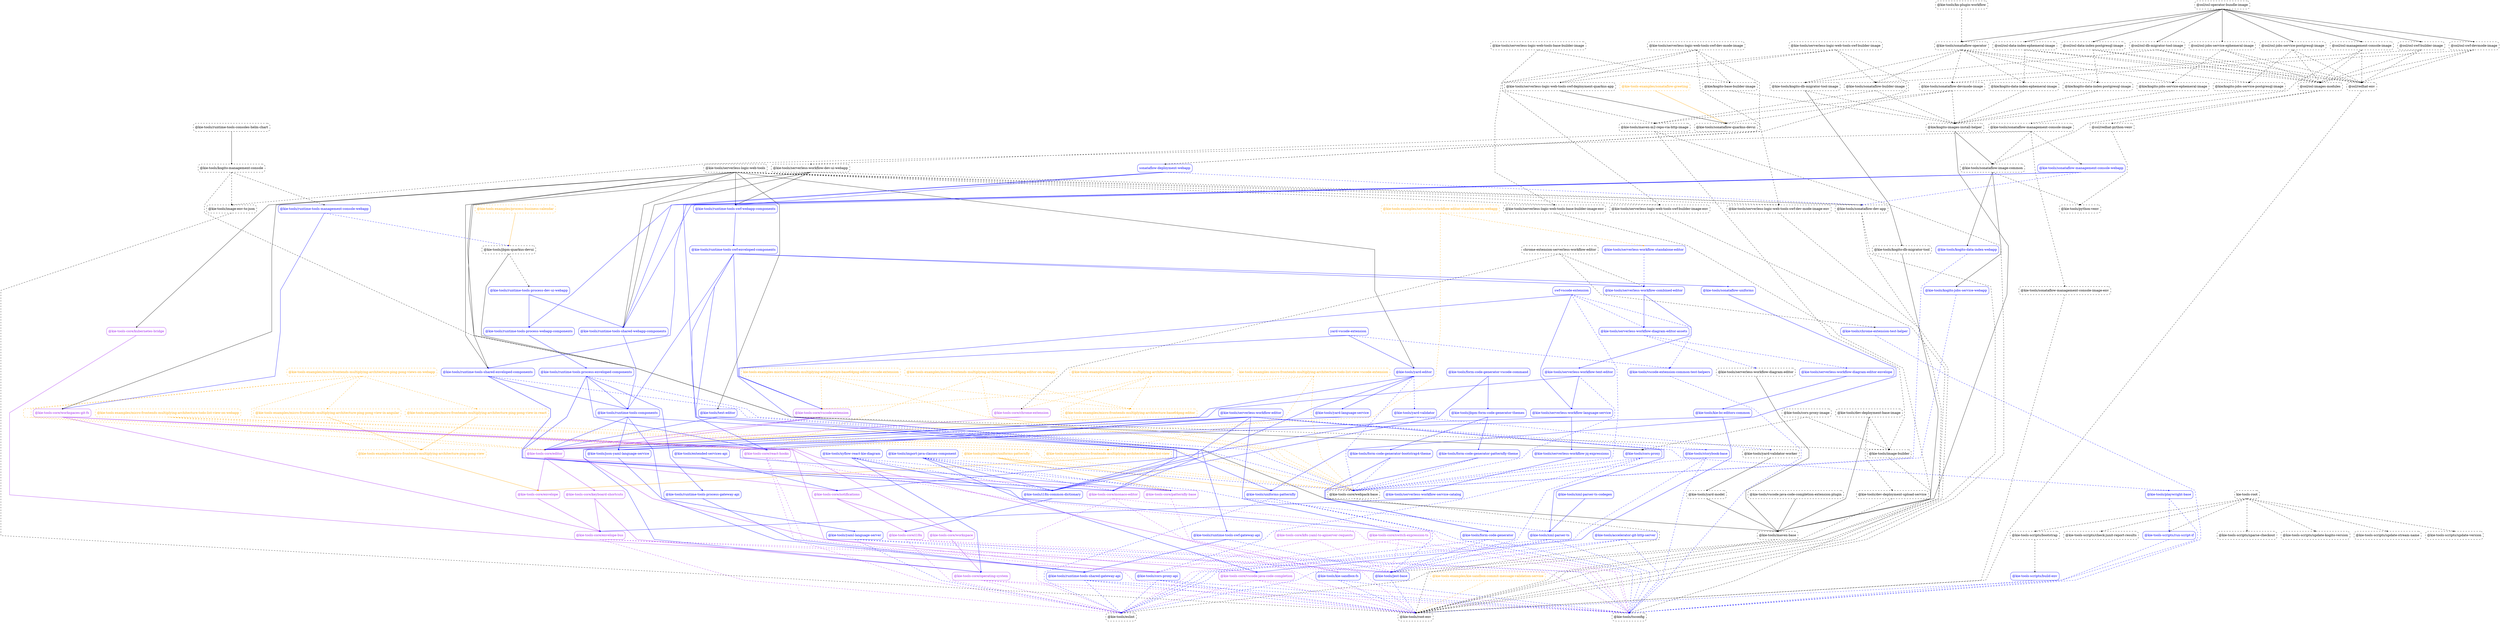
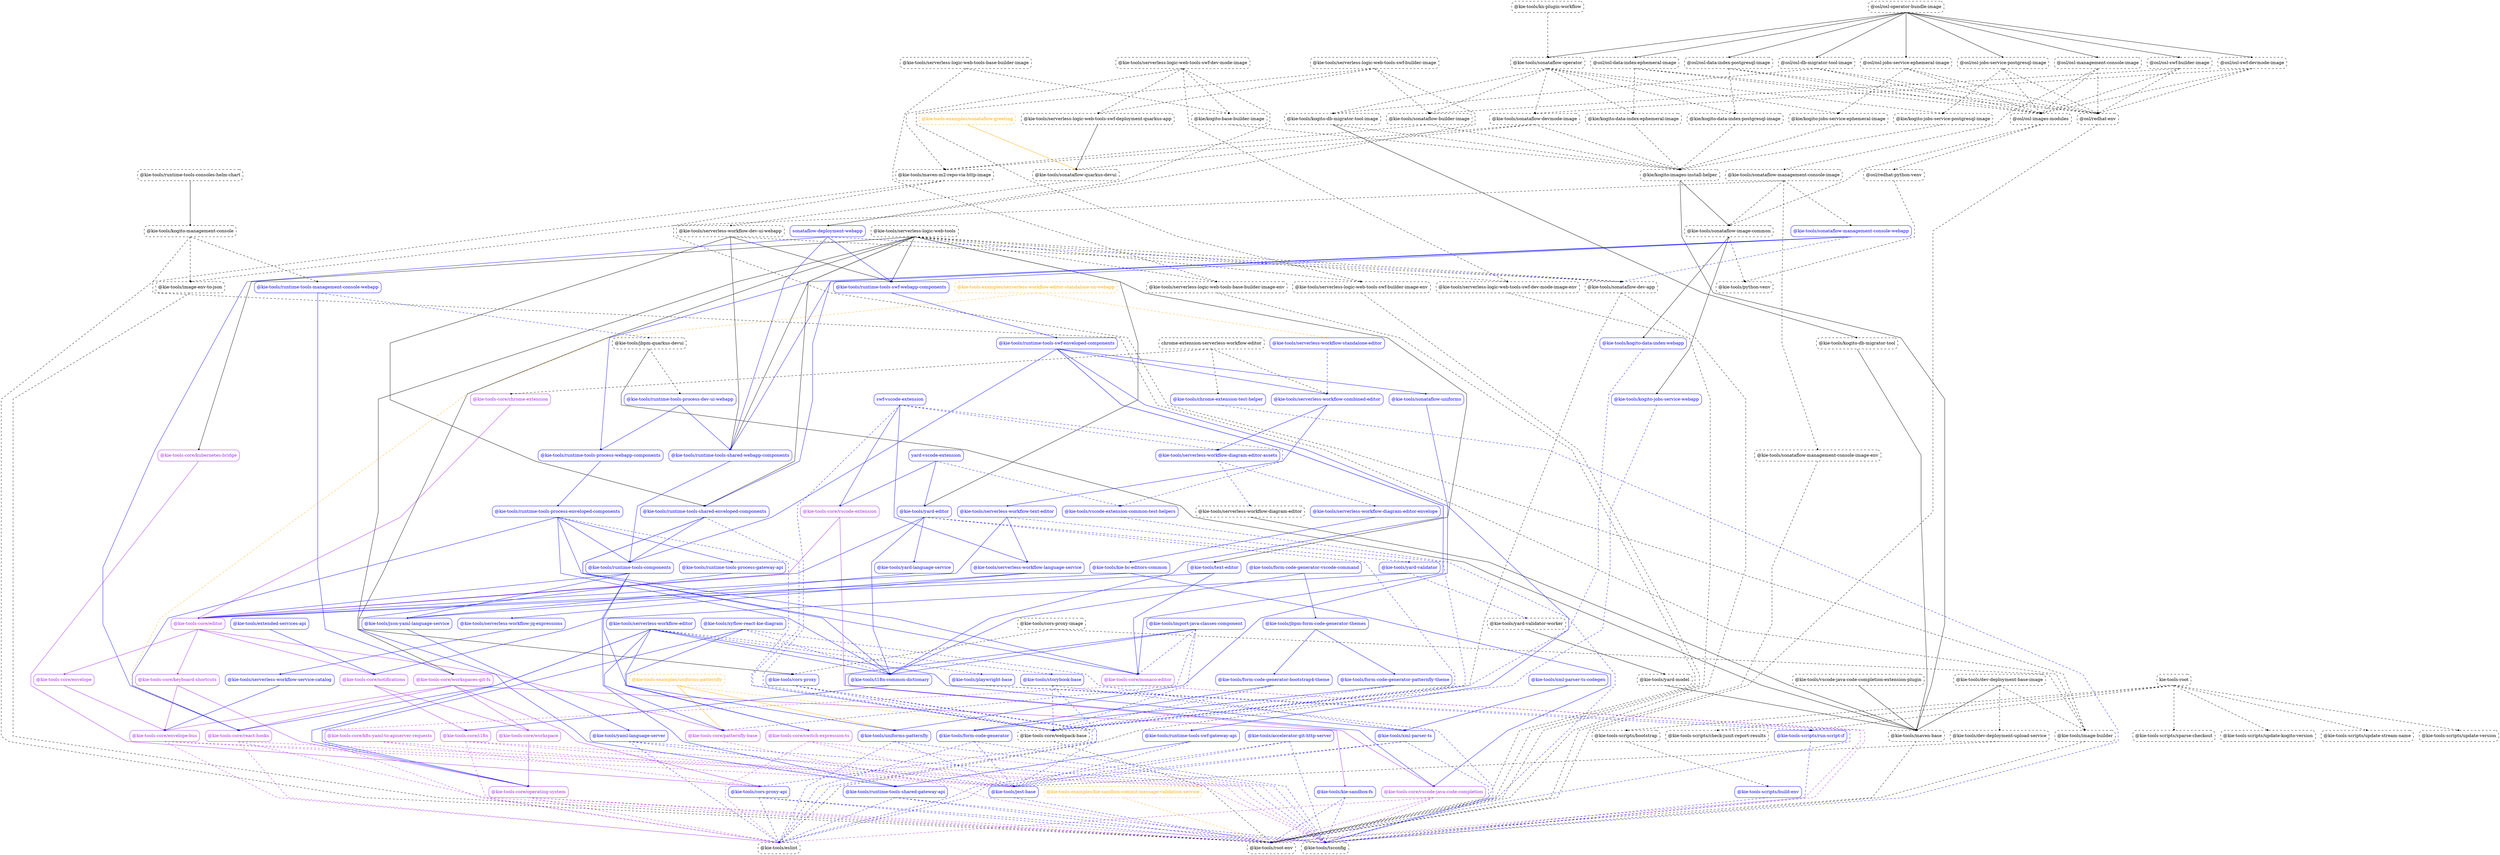
digraph G {
  graph [ ranksep =2, splines = "polyline", rankdir =TB, ordering = "out" ];
  node [ shape =box ];
  edge [ headport = "n", tailport = "s", arrowhead =dot, arrowsize =0.5 ];
  "kie-tools-root" [ color = "black", fontcolor = "black", style = "dashed, rounded" ];
  "@kie-tools-scripts/bootstrap" [ color = "black", fontcolor = "black", style = "dashed, rounded" ];
  "@kie-tools-scripts/check-junit-report-results" [ color = "black", fontcolor = "black", style = "dashed, rounded" ];
  "@kie-tools-scripts/run-script-if" [ color = "blue", fontcolor = "blue", style = "rounded" ];
  "@kie-tools-scripts/sparse-checkout" [ color = "black", fontcolor = "black", style = "dashed, rounded" ];
  "@kie-tools-scripts/update-kogito-version" [ color = "black", fontcolor = "black", style = "dashed, rounded" ];
  "@kie-tools-scripts/update-stream-name" [ color = "black", fontcolor = "black", style = "dashed, rounded" ];
  "@kie-tools-scripts/update-version" [ color = "black", fontcolor = "black", style = "dashed, rounded" ];
  "@kie-tools-examples/kie-sandbox-commit-message-validation-service" [ color = "orange", fontcolor = "orange", style = "dashed, rounded" ];
  "@kie-tools/root-env" [ color = "black", fontcolor = "black", style = "dashed, rounded" ];
-   "@kie-tools-examples/micro-frontends-multiplying-architecture-base64png-editor" [ color = "orange", fontcolor = "orange", style = "dashed, rounded" ];
-   "@kie-tools-core/editor" [ color = "purple", fontcolor = "purple", style = "rounded" ];
-   "@kie-tools-examples/micro-frontends-multiplying-architecture-base64png-editor-chrome-extension" [ color = "orange", fontcolor = "orange", style = "dashed, rounded" ];
-   "@kie-tools-core/chrome-extension" [ color = "purple", fontcolor = "purple", style = "rounded" ];
-   "@kie-tools-core/webpack-base" [ color = "black", fontcolor = "black", style = "dashed, rounded" ];
-   "@kie-tools-examples/micro-frontends-multiplying-architecture-base64png-editor-on-webapp" [ color = "orange", fontcolor = "orange", style = "dashed, rounded" ];
+   "@kie-tools-examples/serverless-workflow-editor-standalone-on-webapp" [ color = "orange", fontcolor = "orange", style = "dashed, rounded" ];
  "@kie-tools-core/react-hooks" [ color = "purple", fontcolor = "purple", style = "rounded" ];
-   "kie-tools-examples-micro-frontends-multiplying-architecture-base64png-editor-vscode-extension" [ color = "orange", fontcolor = "orange", style = "dashed, rounded" ];
-   "@kie-tools-core/vscode-extension" [ color = "purple", fontcolor = "purple", style = "rounded" ];
-   "@kie-tools-examples/micro-frontends-multiplying-architecture-ping-pong-view" [ color = "orange", fontcolor = "orange", style = "dashed, rounded" ];
-   "@kie-tools-core/envelope" [ color = "purple", fontcolor = "purple", style = "rounded" ];
-   "@kie-tools-examples/micro-frontends-multiplying-architecture-ping-pong-view-in-angular" [ color = "orange", fontcolor = "orange", style = "dashed, rounded" ];
-   "@kie-tools-examples/micro-frontends-multiplying-architecture-ping-pong-view-in-react" [ color = "orange", fontcolor = "orange", style = "dashed, rounded" ];
-   "@kie-tools-examples/micro-frontends-multiplying-architecture-ping-pong-views-on-webapp" [ color = "orange", fontcolor = "orange", style = "dashed, rounded" ];
-   "@kie-tools-examples/micro-frontends-multiplying-architecture-todo-list-view" [ color = "orange", fontcolor = "orange", style = "dashed, rounded" ];
-   "@kie-tools-examples/micro-frontends-multiplying-architecture-todo-list-view-on-webapp" [ color = "orange", fontcolor = "orange", style = "dashed, rounded" ];
-   "kie-tools-examples-micro-frontends-multiplying-architecture-todo-list-view-vscode-extension" [ color = "orange", fontcolor = "orange", style = "dashed, rounded" ];
-   "@kie-tools-examples/process-business-calendar" [ color = "orange", fontcolor = "orange", style = "dashed, rounded" ];
-   "@kie-tools/jbpm-quarkus-devui" [ color = "black", fontcolor = "black", style = "dashed, rounded" ];
-   "@kie-tools-examples/serverless-workflow-editor-standalone-on-webapp" [ color = "orange", fontcolor = "orange", style = "dashed, rounded" ];
  "@kie-tools/serverless-workflow-standalone-editor" [ color = "blue", fontcolor = "blue", style = "rounded" ];
  "@kie-tools-examples/sonataflow-greeting" [ color = "orange", fontcolor = "orange", style = "dashed, rounded" ];
  "@kie-tools/sonataflow-quarkus-devui" [ color = "black", fontcolor = "black", style = "dashed, rounded" ];
  "@kie-tools-examples/uniforms-patternfly" [ color = "orange", fontcolor = "orange", style = "dashed, rounded" ];
  "@kie-tools-core/patternfly-base" [ color = "purple", fontcolor = "purple", style = "rounded" ];
  "@kie-tools/uniforms-patternfly" [ color = "blue", fontcolor = "blue", style = "rounded" ];
+   "@kie-tools-core/webpack-base" [ color = "black", fontcolor = "black", style = "dashed, rounded" ];
  "@kie-tools/accelerator-git-http-server" [ color = "blue", fontcolor = "blue", style = "rounded" ];
  "@kie-tools/eslint" [ color = "black", fontcolor = "black", style = "dashed, rounded" ];
  "@kie-tools/jest-base" [ color = "blue", fontcolor = "blue", style = "rounded" ];
  "@kie-tools/tsconfig" [ color = "black", fontcolor = "black", style = "dashed, rounded" ];
+   "@kie-tools-core/chrome-extension" [ color = "purple", fontcolor = "purple", style = "rounded" ];
+   "@kie-tools-core/editor" [ color = "purple", fontcolor = "purple", style = "rounded" ];
  "chrome-extension-serverless-workflow-editor" [ color = "black", fontcolor = "black", style = "dashed, rounded" ];
  "@kie-tools/chrome-extension-test-helper" [ color = "blue", fontcolor = "blue", style = "rounded" ];
  "@kie-tools/serverless-workflow-combined-editor" [ color = "blue", fontcolor = "blue", style = "rounded" ];
  "@kie-tools/cors-proxy" [ color = "blue", fontcolor = "blue", style = "rounded" ];
  "@kie-tools/cors-proxy-api" [ color = "blue", fontcolor = "blue", style = "rounded" ];
  "@kie-tools/cors-proxy-image" [ color = "black", fontcolor = "black", style = "dashed, rounded" ];
  "@kie-tools/image-builder" [ color = "black", fontcolor = "black", style = "dashed, rounded" ];
  "@kie-tools/dev-deployment-base-image" [ color = "black", fontcolor = "black", style = "dashed, rounded" ];
  "@kie-tools/maven-base" [ color = "black", fontcolor = "black", style = "dashed, rounded" ];
  "@kie-tools/dev-deployment-upload-service" [ color = "black", fontcolor = "black", style = "dashed, rounded" ];
+   "@kie-tools-core/envelope" [ color = "purple", fontcolor = "purple", style = "rounded" ];
  "@kie-tools-core/keyboard-shortcuts" [ color = "purple", fontcolor = "purple", style = "rounded" ];
  "@kie-tools-core/notifications" [ color = "purple", fontcolor = "purple", style = "rounded" ];
  "@kie-tools-core/envelope-bus" [ color = "purple", fontcolor = "purple", style = "rounded" ];
  "@kie-tools/extended-services-api" [ color = "blue", fontcolor = "blue", style = "rounded" ];
  "@kie-tools/form-code-generator" [ color = "blue", fontcolor = "blue", style = "rounded" ];
  "@kie-tools/form-code-generator-bootstrap4-theme" [ color = "blue", fontcolor = "blue", style = "rounded" ];
  "@kie-tools/form-code-generator-patternfly-theme" [ color = "blue", fontcolor = "blue", style = "rounded" ];
  "@kie-tools/form-code-generator-vscode-command" [ color = "blue", fontcolor = "blue", style = "rounded" ];
  "@kie-tools/i18n-common-dictionary" [ color = "blue", fontcolor = "blue", style = "rounded" ];
  "@kie-tools/jbpm-form-code-generator-themes" [ color = "blue", fontcolor = "blue", style = "rounded" ];
  "@kie-tools-core/i18n" [ color = "purple", fontcolor = "purple", style = "rounded" ];
  "@kie-tools/image-env-to-json" [ color = "black", fontcolor = "black", style = "dashed, rounded" ];
  "@kie-tools/import-java-classes-component" [ color = "blue", fontcolor = "blue", style = "rounded" ];
  "@kie-tools-core/vscode-java-code-completion" [ color = "purple", fontcolor = "purple", style = "rounded" ];
  "@kie-tools-core/monaco-editor" [ color = "purple", fontcolor = "purple", style = "rounded" ];
+   "@kie-tools/jbpm-quarkus-devui" [ color = "black", fontcolor = "black", style = "dashed, rounded" ];
  "@kie-tools/runtime-tools-process-dev-ui-webapp" [ color = "blue", fontcolor = "blue", style = "rounded" ];
  "@kie-tools/json-yaml-language-service" [ color = "blue", fontcolor = "blue", style = "rounded" ];
  "@kie-tools/yaml-language-server" [ color = "blue", fontcolor = "blue", style = "rounded" ];
  "@kie-tools-core/k8s-yaml-to-apiserver-requests" [ color = "purple", fontcolor = "purple", style = "rounded" ];
  "@kie-tools-core/operating-system" [ color = "purple", fontcolor = "purple", style = "rounded" ];
  "@kie-tools/kie-bc-editors-common" [ color = "blue", fontcolor = "blue", style = "rounded" ];
  "@kie-tools/kie-sandbox-fs" [ color = "blue", fontcolor = "blue", style = "rounded" ];
  "@kie-tools/kn-plugin-workflow" [ color = "black", fontcolor = "black", style = "dashed, rounded" ];
  "@kie-tools/sonataflow-operator" [ color = "black", fontcolor = "black", style = "dashed, rounded" ];
  "@kie/kogito-base-builder-image" [ color = "black", fontcolor = "black", style = "dashed, rounded" ];
  "@kie/kogito-images-install-helper" [ color = "black", fontcolor = "black", style = "dashed, rounded" ];
  "@kie/kogito-data-index-ephemeral-image" [ color = "black", fontcolor = "black", style = "dashed, rounded" ];
  "@kie/kogito-data-index-postgresql-image" [ color = "black", fontcolor = "black", style = "dashed, rounded" ];
  "@kie-tools/kogito-data-index-webapp" [ color = "blue", fontcolor = "blue", style = "rounded" ];
  "@kie-tools/kogito-db-migrator-tool" [ color = "black", fontcolor = "black", style = "dashed, rounded" ];
  "@kie-tools/kogito-db-migrator-tool-image" [ color = "black", fontcolor = "black", style = "dashed, rounded" ];
  "@kie-tools/sonataflow-image-common" [ color = "black", fontcolor = "black", style = "dashed, rounded" ];
  "@kie/kogito-jobs-service-ephemeral-image" [ color = "black", fontcolor = "black", style = "dashed, rounded" ];
  "@kie/kogito-jobs-service-postgresql-image" [ color = "black", fontcolor = "black", style = "dashed, rounded" ];
  "@kie-tools/kogito-jobs-service-webapp" [ color = "blue", fontcolor = "blue", style = "rounded" ];
  "@kie-tools/kogito-management-console" [ color = "black", fontcolor = "black", style = "dashed, rounded" ];
  "@kie-tools/runtime-tools-management-console-webapp" [ color = "blue", fontcolor = "blue", style = "rounded" ];
  "@kie-tools-core/kubernetes-bridge" [ color = "purple", fontcolor = "purple", style = "rounded" ];
  "@kie-tools/maven-m2-repo-via-http-image" [ color = "black", fontcolor = "black", style = "dashed, rounded" ];
  "@kie-tools-core/workspace" [ color = "purple", fontcolor = "purple", style = "rounded" ];
  "@osl/osl-data-index-ephemeral-image" [ color = "black", fontcolor = "black", style = "dashed, rounded" ];
  "@osl/osl-images-modules" [ color = "black", fontcolor = "black", style = "dashed, rounded" ];
  "@osl/redhat-env" [ color = "black", fontcolor = "black", style = "dashed, rounded" ];
  "@osl/osl-data-index-postgresql-image" [ color = "black", fontcolor = "black", style = "dashed, rounded" ];
  "@osl/osl-db-migrator-tool-image" [ color = "black", fontcolor = "black", style = "dashed, rounded" ];
  "@osl/redhat-python-venv" [ color = "black", fontcolor = "black", style = "dashed, rounded" ];
  "@osl/osl-jobs-service-ephemeral-image" [ color = "black", fontcolor = "black", style = "dashed, rounded" ];
  "@osl/osl-jobs-service-postgresql-image" [ color = "black", fontcolor = "black", style = "dashed, rounded" ];
  "@osl/osl-management-console-image" [ color = "black", fontcolor = "black", style = "dashed, rounded" ];
  "@kie-tools/sonataflow-management-console-image" [ color = "black", fontcolor = "black", style = "dashed, rounded" ];
  "@osl/osl-operator-bundle-image" [ color = "black", fontcolor = "black", style = "dashed, rounded" ];
  "@osl/osl-swf-builder-image" [ color = "black", fontcolor = "black", style = "dashed, rounded" ];
  "@osl/osl-swf-devmode-image" [ color = "black", fontcolor = "black", style = "dashed, rounded" ];
  "@kie-tools/sonataflow-builder-image" [ color = "black", fontcolor = "black", style = "dashed, rounded" ];
  "@kie-tools/sonataflow-devmode-image" [ color = "black", fontcolor = "black", style = "dashed, rounded" ];
  "@kie-tools/playwright-base" [ color = "blue", fontcolor = "blue", style = "rounded" ];
  "@kie-tools/python-venv" [ color = "black", fontcolor = "black", style = "dashed, rounded" ];
  "@kie-tools/runtime-tools-components" [ color = "blue", fontcolor = "blue", style = "rounded" ];
  "@kie-tools/runtime-tools-shared-gateway-api" [ color = "blue", fontcolor = "blue", style = "rounded" ];
  "@kie-tools/runtime-tools-consoles-helm-chart" [ color = "black", fontcolor = "black", style = "dashed, rounded" ];
  "@kie-tools-core/workspaces-git-fs" [ color = "purple", fontcolor = "purple", style = "rounded" ];
  "@kie-tools/runtime-tools-process-webapp-components" [ color = "blue", fontcolor = "blue", style = "rounded" ];
  "@kie-tools/runtime-tools-shared-webapp-components" [ color = "blue", fontcolor = "blue", style = "rounded" ];
  "@kie-tools/runtime-tools-process-enveloped-components" [ color = "blue", fontcolor = "blue", style = "rounded" ];
  "@kie-tools/runtime-tools-process-gateway-api" [ color = "blue", fontcolor = "blue", style = "rounded" ];
  "@kie-tools/runtime-tools-shared-enveloped-components" [ color = "blue", fontcolor = "blue", style = "rounded" ];
  "@kie-tools/runtime-tools-swf-enveloped-components" [ color = "blue", fontcolor = "blue", style = "rounded" ];
  "@kie-tools/runtime-tools-swf-gateway-api" [ color = "blue", fontcolor = "blue", style = "rounded" ];
  "@kie-tools/sonataflow-uniforms" [ color = "blue", fontcolor = "blue", style = "rounded" ];
  "@kie-tools/runtime-tools-swf-webapp-components" [ color = "blue", fontcolor = "blue", style = "rounded" ];
  "@kie-tools/serverless-logic-web-tools" [ color = "black", fontcolor = "black", style = "dashed, rounded" ];
  "@kie-tools/text-editor" [ color = "blue", fontcolor = "blue", style = "rounded" ];
  "@kie-tools/yard-editor" [ color = "blue", fontcolor = "blue", style = "rounded" ];
  "@kie-tools/serverless-logic-web-tools-base-builder-image-env" [ color = "black", fontcolor = "black", style = "dashed, rounded" ];
  "@kie-tools/serverless-logic-web-tools-swf-builder-image-env" [ color = "black", fontcolor = "black", style = "dashed, rounded" ];
  "@kie-tools/serverless-logic-web-tools-swf-dev-mode-image-env" [ color = "black", fontcolor = "black", style = "dashed, rounded" ];
  "@kie-tools/sonataflow-dev-app" [ color = "black", fontcolor = "black", style = "dashed, rounded" ];
  "@kie-tools/serverless-logic-web-tools-base-builder-image" [ color = "black", fontcolor = "black", style = "dashed, rounded" ];
  "@kie-tools/serverless-logic-web-tools-swf-builder-image" [ color = "black", fontcolor = "black", style = "dashed, rounded" ];
  "@kie-tools/serverless-logic-web-tools-swf-deployment-quarkus-app" [ color = "black", fontcolor = "black", style = "dashed, rounded" ];
  "sonataflow-deployment-webapp" [ color = "blue", fontcolor = "blue", style = "rounded" ];
  "@kie-tools/serverless-logic-web-tools-swf-dev-mode-image" [ color = "black", fontcolor = "black", style = "dashed, rounded" ];
  "@kie-tools/serverless-workflow-diagram-editor-assets" [ color = "blue", fontcolor = "blue", style = "rounded" ];
  "@kie-tools/serverless-workflow-text-editor" [ color = "blue", fontcolor = "blue", style = "rounded" ];
  "@kie-tools/serverless-workflow-dev-ui-webapp" [ color = "black", fontcolor = "black", style = "dashed, rounded" ];
  "@kie-tools/serverless-workflow-diagram-editor" [ color = "black", fontcolor = "black", style = "dashed, rounded" ];
  "@kie-tools/serverless-workflow-diagram-editor-envelope" [ color = "blue", fontcolor = "blue", style = "rounded" ];
  "@kie-tools/serverless-workflow-editor" [ color = "blue", fontcolor = "blue", style = "rounded" ];
  "@kie-tools-core/switch-expression-ts" [ color = "purple", fontcolor = "purple", style = "rounded" ];
  "@kie-tools/xml-parser-ts" [ color = "blue", fontcolor = "blue", style = "rounded" ];
  "@kie-tools/storybook-base" [ color = "blue", fontcolor = "blue", style = "rounded" ];
  "@kie-tools/serverless-workflow-jq-expressions" [ color = "blue", fontcolor = "blue", style = "rounded" ];
  "@kie-tools/serverless-workflow-service-catalog" [ color = "blue", fontcolor = "blue", style = "rounded" ];
  "@kie-tools/serverless-workflow-language-service" [ color = "blue", fontcolor = "blue", style = "rounded" ];
  "swf-vscode-extension" [ color = "blue", fontcolor = "blue", style = "rounded" ];
+   "@kie-tools-core/vscode-extension" [ color = "purple", fontcolor = "purple", style = "rounded" ];
  "@kie-tools/vscode-extension-common-test-helpers" [ color = "blue", fontcolor = "blue", style = "rounded" ];
  "@kie-tools/sonataflow-management-console-image-env" [ color = "black", fontcolor = "black", style = "dashed, rounded" ];
  "@kie-tools/sonataflow-management-console-webapp" [ color = "blue", fontcolor = "blue", style = "rounded" ];
  "@kie-tools/vscode-java-code-completion-extension-plugin" [ color = "black", fontcolor = "black", style = "dashed, rounded" ];
  "@kie-tools/xml-parser-ts-codegen" [ color = "blue", fontcolor = "blue", style = "rounded" ];
  "@kie-tools/xyflow-react-kie-diagram" [ color = "blue", fontcolor = "blue", style = "rounded" ];
  "@kie-tools/yard-language-service" [ color = "blue", fontcolor = "blue", style = "rounded" ];
  "@kie-tools/yard-validator" [ color = "blue", fontcolor = "blue", style = "rounded" ];
  "@kie-tools/yard-model" [ color = "black", fontcolor = "black", style = "dashed, rounded" ];
  "@kie-tools/yard-validator-worker" [ color = "black", fontcolor = "black", style = "dashed, rounded" ];
  "yard-vscode-extension" [ color = "blue", fontcolor = "blue", style = "rounded" ];
  "@kie-tools-scripts/build-env" [ color = "blue", fontcolor = "blue", style = "rounded" ];
  "kie-tools-root" -> "@kie-tools-scripts/bootstrap" [ style = "dashed", color = "black" ];
  "kie-tools-root" -> "@kie-tools-scripts/check-junit-report-results" [ style = "dashed", color = "black" ];
  "kie-tools-root" -> "@kie-tools-scripts/run-script-if" [ style = "dashed", color = "black" ];
  "kie-tools-root" -> "@kie-tools-scripts/sparse-checkout" [ style = "dashed", color = "black" ];
  "kie-tools-root" -> "@kie-tools-scripts/update-kogito-version" [ style = "dashed", color = "black" ];
  "kie-tools-root" -> "@kie-tools-scripts/update-stream-name" [ style = "dashed", color = "black" ];
  "kie-tools-root" -> "@kie-tools-scripts/update-version" [ style = "dashed", color = "black" ];
  "@kie-tools-examples/kie-sandbox-commit-message-validation-service" -> "@kie-tools/root-env" [ style = "dashed", color = "orange" ];
-   "@kie-tools-examples/micro-frontends-multiplying-architecture-base64png-editor" -> "@kie-tools-core/editor" [ style = "solid", color = "orange" ];
-   "@kie-tools-examples/micro-frontends-multiplying-architecture-base64png-editor-chrome-extension" -> "@kie-tools-core/chrome-extension" [ style = "dashed", color = "orange" ];
-   "@kie-tools-examples/micro-frontends-multiplying-architecture-base64png-editor-chrome-extension" -> "@kie-tools-core/webpack-base" [ style = "dashed", color = "orange" ];
-   "@kie-tools-examples/micro-frontends-multiplying-architecture-base64png-editor-chrome-extension" -> "@kie-tools-examples/micro-frontends-multiplying-architecture-base64png-editor" [ style = "dashed", color = "orange" ];
-   "@kie-tools-examples/micro-frontends-multiplying-architecture-base64png-editor-on-webapp" -> "@kie-tools-core/react-hooks" [ style = "dashed", color = "orange" ];
-   "@kie-tools-examples/micro-frontends-multiplying-architecture-base64png-editor-on-webapp" -> "@kie-tools-core/webpack-base" [ style = "dashed", color = "orange" ];
-   "@kie-tools-examples/micro-frontends-multiplying-architecture-base64png-editor-on-webapp" -> "@kie-tools-examples/micro-frontends-multiplying-architecture-base64png-editor" [ style = "dashed", color = "orange" ];
-   "kie-tools-examples-micro-frontends-multiplying-architecture-base64png-editor-vscode-extension" -> "@kie-tools-core/vscode-extension" [ style = "dashed", color = "orange" ];
-   "kie-tools-examples-micro-frontends-multiplying-architecture-base64png-editor-vscode-extension" -> "@kie-tools-core/webpack-base" [ style = "dashed", color = "orange" ];
-   "kie-tools-examples-micro-frontends-multiplying-architecture-base64png-editor-vscode-extension" -> "@kie-tools-examples/micro-frontends-multiplying-architecture-base64png-editor" [ style = "dashed", color = "orange" ];
-   "@kie-tools-examples/micro-frontends-multiplying-architecture-ping-pong-view" -> "@kie-tools-core/envelope" [ style = "solid", color = "orange" ];
-   "@kie-tools-examples/micro-frontends-multiplying-architecture-ping-pong-view-in-angular" -> "@kie-tools-examples/micro-frontends-multiplying-architecture-ping-pong-view" [ style = "solid", color = "orange" ];
-   "@kie-tools-examples/micro-frontends-multiplying-architecture-ping-pong-view-in-react" -> "@kie-tools-examples/micro-frontends-multiplying-architecture-ping-pong-view" [ style = "solid", color = "orange" ];
-   "@kie-tools-examples/micro-frontends-multiplying-architecture-ping-pong-views-on-webapp" -> "@kie-tools-core/editor" [ style = "dashed", color = "orange" ];
-   "@kie-tools-examples/micro-frontends-multiplying-architecture-ping-pong-views-on-webapp" -> "@kie-tools-core/react-hooks" [ style = "dashed", color = "orange" ];
-   "@kie-tools-examples/micro-frontends-multiplying-architecture-ping-pong-views-on-webapp" -> "@kie-tools-core/webpack-base" [ style = "dashed", color = "orange" ];
-   "@kie-tools-examples/micro-frontends-multiplying-architecture-ping-pong-views-on-webapp" -> "@kie-tools-examples/micro-frontends-multiplying-architecture-ping-pong-view-in-angular" [ style = "dashed", color = "orange" ];
-   "@kie-tools-examples/micro-frontends-multiplying-architecture-ping-pong-views-on-webapp" -> "@kie-tools-examples/micro-frontends-multiplying-architecture-ping-pong-view-in-react" [ style = "dashed", color = "orange" ];
-   "@kie-tools-examples/micro-frontends-multiplying-architecture-todo-list-view" -> "@kie-tools-core/envelope" [ style = "solid", color = "orange" ];
-   "@kie-tools-examples/micro-frontends-multiplying-architecture-todo-list-view-on-webapp" -> "@kie-tools-core/editor" [ style = "dashed", color = "orange" ];
-   "@kie-tools-examples/micro-frontends-multiplying-architecture-todo-list-view-on-webapp" -> "@kie-tools-core/react-hooks" [ style = "dashed", color = "orange" ];
-   "@kie-tools-examples/micro-frontends-multiplying-architecture-todo-list-view-on-webapp" -> "@kie-tools-core/webpack-base" [ style = "dashed", color = "orange" ];
-   "@kie-tools-examples/micro-frontends-multiplying-architecture-todo-list-view-on-webapp" -> "@kie-tools-examples/micro-frontends-multiplying-architecture-todo-list-view" [ style = "dashed", color = "orange" ];
-   "kie-tools-examples-micro-frontends-multiplying-architecture-todo-list-view-vscode-extension" -> "@kie-tools-core/vscode-extension" [ style = "dashed", color = "orange" ];
-   "kie-tools-examples-micro-frontends-multiplying-architecture-todo-list-view-vscode-extension" -> "@kie-tools-core/webpack-base" [ style = "dashed", color = "orange" ];
-   "kie-tools-examples-micro-frontends-multiplying-architecture-todo-list-view-vscode-extension" -> "@kie-tools-examples/micro-frontends-multiplying-architecture-todo-list-view" [ style = "dashed", color = "orange" ];
-   "@kie-tools-examples/process-business-calendar" -> "@kie-tools/jbpm-quarkus-devui" [ style = "solid", color = "orange" ];
  "@kie-tools-examples/serverless-workflow-editor-standalone-on-webapp" -> "@kie-tools-core/react-hooks" [ style = "dashed", color = "orange" ];
  "@kie-tools-examples/serverless-workflow-editor-standalone-on-webapp" -> "@kie-tools/serverless-workflow-standalone-editor" [ style = "dashed", color = "orange" ];
  "@kie-tools-examples/sonataflow-greeting" -> "@kie-tools/sonataflow-quarkus-devui" [ style = "solid", color = "orange" ];
  "@kie-tools-examples/uniforms-patternfly" -> "@kie-tools-core/patternfly-base" [ style = "solid", color = "orange" ];
  "@kie-tools-examples/uniforms-patternfly" -> "@kie-tools/uniforms-patternfly" [ style = "solid", color = "orange" ];
  "@kie-tools-examples/uniforms-patternfly" -> "@kie-tools-core/webpack-base" [ style = "dashed", color = "orange" ];
  "@kie-tools/accelerator-git-http-server" -> "@kie-tools/eslint" [ style = "dashed", color = "blue" ];
  "@kie-tools/accelerator-git-http-server" -> "@kie-tools/jest-base" [ style = "dashed", color = "blue" ];
  "@kie-tools/accelerator-git-http-server" -> "@kie-tools/tsconfig" [ style = "dashed", color = "blue" ];
  "@kie-tools-core/chrome-extension" -> "@kie-tools-core/editor" [ style = "solid", color = "purple" ];
  "chrome-extension-serverless-workflow-editor" -> "@kie-tools-core/chrome-extension" [ style = "dashed", color = "black" ];
  "chrome-extension-serverless-workflow-editor" -> "@kie-tools/chrome-extension-test-helper" [ style = "dashed", color = "black" ];
  "chrome-extension-serverless-workflow-editor" -> "@kie-tools/serverless-workflow-combined-editor" [ style = "dashed", color = "black" ];
  "@kie-tools/chrome-extension-test-helper" -> "@kie-tools/tsconfig" [ style = "dashed", color = "blue" ];
  "@kie-tools/cors-proxy" -> "@kie-tools-core/webpack-base" [ style = "dashed", color = "blue" ];
  "@kie-tools/cors-proxy" -> "@kie-tools/cors-proxy-api" [ style = "dashed", color = "blue" ];
  "@kie-tools/cors-proxy" -> "@kie-tools/jest-base" [ style = "dashed", color = "blue" ];
  "@kie-tools/cors-proxy-api" -> "@kie-tools/eslint" [ style = "dashed", color = "blue" ];
  "@kie-tools/cors-proxy-api" -> "@kie-tools/root-env" [ style = "dashed", color = "blue" ];
  "@kie-tools/cors-proxy-api" -> "@kie-tools/tsconfig" [ style = "dashed", color = "blue" ];
  "@kie-tools/cors-proxy-image" -> "@kie-tools/cors-proxy" [ style = "dashed", color = "black" ];
  "@kie-tools/cors-proxy-image" -> "@kie-tools/image-builder" [ style = "dashed", color = "black" ];
  "@kie-tools/dev-deployment-base-image" -> "@kie-tools/maven-base" [ style = "solid", color = "black" ];
  "@kie-tools/dev-deployment-base-image" -> "@kie-tools/dev-deployment-upload-service" [ style = "dashed", color = "black" ];
  "@kie-tools/dev-deployment-base-image" -> "@kie-tools/image-builder" [ style = "dashed", color = "black" ];
  "@kie-tools/dev-deployment-upload-service" -> "@kie-tools/jest-base" [ style = "dashed", color = "black" ];
  "@kie-tools-core/editor" -> "@kie-tools-core/envelope" [ style = "solid", color = "purple" ];
  "@kie-tools-core/editor" -> "@kie-tools-core/keyboard-shortcuts" [ style = "solid", color = "purple" ];
  "@kie-tools-core/editor" -> "@kie-tools-core/notifications" [ style = "solid", color = "purple" ];
  "@kie-tools-core/editor" -> "@kie-tools-core/patternfly-base" [ style = "solid", color = "purple" ];
  "@kie-tools-core/envelope" -> "@kie-tools-core/envelope-bus" [ style = "solid", color = "purple" ];
  "@kie-tools-core/envelope-bus" -> "@kie-tools/eslint" [ style = "dashed", color = "purple" ];
  "@kie-tools-core/envelope-bus" -> "@kie-tools/jest-base" [ style = "dashed", color = "purple" ];
  "@kie-tools-core/envelope-bus" -> "@kie-tools/tsconfig" [ style = "dashed", color = "purple" ];
  "@kie-tools/extended-services-api" -> "@kie-tools-core/notifications" [ style = "solid", color = "blue" ];
  "@kie-tools/form-code-generator" -> "@kie-tools/eslint" [ style = "dashed", color = "blue" ];
  "@kie-tools/form-code-generator" -> "@kie-tools/jest-base" [ style = "dashed", color = "blue" ];
  "@kie-tools/form-code-generator" -> "@kie-tools/tsconfig" [ style = "dashed", color = "blue" ];
  "@kie-tools/form-code-generator-bootstrap4-theme" -> "@kie-tools/form-code-generator" [ style = "solid", color = "blue" ];
  "@kie-tools/form-code-generator-bootstrap4-theme" -> "@kie-tools-core/webpack-base" [ style = "dashed", color = "blue" ];
  "@kie-tools/form-code-generator-patternfly-theme" -> "@kie-tools/form-code-generator" [ style = "solid", color = "blue" ];
  "@kie-tools/form-code-generator-patternfly-theme" -> "@kie-tools-core/webpack-base" [ style = "dashed", color = "blue" ];
  "@kie-tools/form-code-generator-vscode-command" -> "@kie-tools/i18n-common-dictionary" [ style = "solid", color = "blue" ];
  "@kie-tools/form-code-generator-vscode-command" -> "@kie-tools/jbpm-form-code-generator-themes" [ style = "solid", color = "blue" ];
  "@kie-tools-core/i18n" -> "@kie-tools/eslint" [ style = "dashed", color = "purple" ];
  "@kie-tools-core/i18n" -> "@kie-tools/jest-base" [ style = "dashed", color = "purple" ];
  "@kie-tools-core/i18n" -> "@kie-tools/tsconfig" [ style = "dashed", color = "purple" ];
  "@kie-tools/i18n-common-dictionary" -> "@kie-tools-core/i18n" [ style = "solid", color = "blue" ];
  "@kie-tools/image-builder" -> "@kie-tools/tsconfig" [ style = "dashed", color = "black" ];
  "@kie-tools/image-env-to-json" -> "@kie-tools/root-env" [ style = "dashed", color = "black" ];
  "@kie-tools/import-java-classes-component" -> "@kie-tools-core/vscode-java-code-completion" [ style = "solid", color = "blue" ];
  "@kie-tools/import-java-classes-component" -> "@kie-tools/i18n-common-dictionary" [ style = "solid", color = "blue" ];
  "@kie-tools/import-java-classes-component" -> "@kie-tools-core/monaco-editor" [ style = "dashed", color = "blue" ];
  "@kie-tools/import-java-classes-component" -> "@kie-tools-core/patternfly-base" [ style = "dashed", color = "blue" ];
  "@kie-tools/import-java-classes-component" -> "@kie-tools-core/webpack-base" [ style = "dashed", color = "blue" ];
  "@kie-tools/jbpm-form-code-generator-themes" -> "@kie-tools/form-code-generator-bootstrap4-theme" [ style = "solid", color = "blue" ];
  "@kie-tools/jbpm-form-code-generator-themes" -> "@kie-tools/form-code-generator-patternfly-theme" [ style = "solid", color = "blue" ];
  "@kie-tools/jbpm-quarkus-devui" -> "@kie-tools/maven-base" [ style = "solid", color = "black" ];
  "@kie-tools/jbpm-quarkus-devui" -> "@kie-tools/runtime-tools-process-dev-ui-webapp" [ style = "dashed", color = "black" ];
  "@kie-tools/jest-base" -> "@kie-tools/root-env" [ style = "dashed", color = "blue" ];
  "@kie-tools/json-yaml-language-service" -> "@kie-tools/yaml-language-server" [ style = "solid", color = "blue" ];
  "@kie-tools-core/k8s-yaml-to-apiserver-requests" -> "@kie-tools/cors-proxy-api" [ style = "dashed", color = "purple" ];
  "@kie-tools-core/k8s-yaml-to-apiserver-requests" -> "@kie-tools/jest-base" [ style = "dashed", color = "purple" ];
  "@kie-tools-core/keyboard-shortcuts" -> "@kie-tools-core/envelope-bus" [ style = "solid", color = "purple" ];
  "@kie-tools-core/keyboard-shortcuts" -> "@kie-tools-core/operating-system" [ style = "solid", color = "purple" ];
  "@kie-tools/kie-bc-editors-common" -> "@kie-tools-core/editor" [ style = "solid", color = "blue" ];
  "@kie-tools/kie-bc-editors-common" -> "@kie-tools-core/vscode-java-code-completion" [ style = "solid", color = "blue" ];
  "@kie-tools/kie-sandbox-fs" -> "@kie-tools/root-env" [ style = "dashed", color = "blue" ];
  "@kie-tools/kie-sandbox-fs" -> "@kie-tools/tsconfig" [ style = "dashed", color = "blue" ];
  "@kie-tools/kn-plugin-workflow" -> "@kie-tools/sonataflow-operator" [ style = "dashed", color = "black" ];
  "@kie/kogito-base-builder-image" -> "@kie/kogito-images-install-helper" [ style = "dashed", color = "black" ];
  "@kie/kogito-data-index-ephemeral-image" -> "@kie/kogito-images-install-helper" [ style = "dashed", color = "black" ];
  "@kie/kogito-data-index-postgresql-image" -> "@kie/kogito-images-install-helper" [ style = "dashed", color = "black" ];
  "@kie-tools/kogito-data-index-webapp" -> "@kie-tools-core/webpack-base" [ style = "dashed", color = "blue" ];
  "@kie-tools/kogito-db-migrator-tool" -> "@kie-tools/maven-base" [ style = "solid", color = "black" ];
  "@kie-tools/kogito-db-migrator-tool-image" -> "@kie-tools/kogito-db-migrator-tool" [ style = "solid", color = "black" ];
  "@kie-tools/kogito-db-migrator-tool-image" -> "@kie/kogito-images-install-helper" [ style = "dashed", color = "black" ];
  "@kie/kogito-images-install-helper" -> "@kie-tools/maven-base" [ style = "solid", color = "black" ];
  "@kie/kogito-images-install-helper" -> "@kie-tools/sonataflow-image-common" [ style = "solid", color = "black" ];
  "@kie/kogito-jobs-service-ephemeral-image" -> "@kie/kogito-images-install-helper" [ style = "dashed", color = "black" ];
  "@kie/kogito-jobs-service-postgresql-image" -> "@kie/kogito-images-install-helper" [ style = "dashed", color = "black" ];
  "@kie-tools/kogito-jobs-service-webapp" -> "@kie-tools-core/webpack-base" [ style = "dashed", color = "blue" ];
  "@kie-tools/kogito-management-console" -> "@kie-tools/image-builder" [ style = "dashed", color = "black" ];
  "@kie-tools/kogito-management-console" -> "@kie-tools/image-env-to-json" [ style = "dashed", color = "black" ];
  "@kie-tools/kogito-management-console" -> "@kie-tools/runtime-tools-management-console-webapp" [ style = "dashed", color = "black" ];
  "@kie-tools-core/kubernetes-bridge" -> "@kie-tools/cors-proxy-api" [ style = "solid", color = "purple" ];
  "@kie-tools/maven-base" -> "@kie-tools/root-env" [ style = "dashed", color = "black" ];
  "@kie-tools/maven-m2-repo-via-http-image" -> "@kie-tools/image-builder" [ style = "dashed", color = "black" ];
  "@kie-tools/maven-m2-repo-via-http-image" -> "@kie-tools/root-env" [ style = "dashed", color = "black" ];
  "@kie-tools-core/monaco-editor" -> "@kie-tools/eslint" [ style = "dashed", color = "purple" ];
  "@kie-tools-core/monaco-editor" -> "@kie-tools/root-env" [ style = "dashed", color = "purple" ];
  "@kie-tools-core/monaco-editor" -> "@kie-tools/tsconfig" [ style = "dashed", color = "purple" ];
  "@kie-tools-core/notifications" -> "@kie-tools-core/i18n" [ style = "solid", color = "purple" ];
  "@kie-tools-core/notifications" -> "@kie-tools-core/workspace" [ style = "solid", color = "purple" ];
  "@kie-tools-core/operating-system" -> "@kie-tools/eslint" [ style = "dashed", color = "purple" ];
  "@kie-tools-core/operating-system" -> "@kie-tools/root-env" [ style = "dashed", color = "purple" ];
  "@kie-tools-core/operating-system" -> "@kie-tools/tsconfig" [ style = "dashed", color = "purple" ];
  "@osl/osl-data-index-ephemeral-image" -> "@kie/kogito-data-index-ephemeral-image" [ style = "dashed", color = "black" ];
  "@osl/osl-data-index-ephemeral-image" -> "@osl/osl-images-modules" [ style = "dashed", color = "black" ];
  "@osl/osl-data-index-ephemeral-image" -> "@osl/redhat-env" [ style = "dashed", color = "black" ];
  "@osl/osl-data-index-postgresql-image" -> "@kie/kogito-data-index-postgresql-image" [ style = "dashed", color = "black" ];
  "@osl/osl-data-index-postgresql-image" -> "@osl/osl-images-modules" [ style = "dashed", color = "black" ];
  "@osl/osl-data-index-postgresql-image" -> "@osl/redhat-env" [ style = "dashed", color = "black" ];
  "@osl/osl-db-migrator-tool-image" -> "@kie-tools/kogito-db-migrator-tool-image" [ style = "dashed", color = "black" ];
  "@osl/osl-db-migrator-tool-image" -> "@osl/osl-images-modules" [ style = "dashed", color = "black" ];
  "@osl/osl-db-migrator-tool-image" -> "@osl/redhat-env" [ style = "dashed", color = "black" ];
  "@osl/osl-images-modules" -> "@kie-tools/sonataflow-image-common" [ style = "dashed", color = "black" ];
  "@osl/osl-images-modules" -> "@osl/redhat-python-venv" [ style = "dashed", color = "black" ];
  "@osl/osl-jobs-service-ephemeral-image" -> "@kie/kogito-jobs-service-ephemeral-image" [ style = "dashed", color = "black" ];
  "@osl/osl-jobs-service-ephemeral-image" -> "@osl/osl-images-modules" [ style = "dashed", color = "black" ];
  "@osl/osl-jobs-service-ephemeral-image" -> "@osl/redhat-env" [ style = "dashed", color = "black" ];
  "@osl/osl-jobs-service-postgresql-image" -> "@kie/kogito-jobs-service-postgresql-image" [ style = "dashed", color = "black" ];
  "@osl/osl-jobs-service-postgresql-image" -> "@osl/osl-images-modules" [ style = "dashed", color = "black" ];
  "@osl/osl-jobs-service-postgresql-image" -> "@osl/redhat-env" [ style = "dashed", color = "black" ];
  "@osl/osl-management-console-image" -> "@kie-tools/sonataflow-management-console-image" [ style = "dashed", color = "black" ];
  "@osl/osl-management-console-image" -> "@osl/osl-images-modules" [ style = "dashed", color = "black" ];
  "@osl/osl-management-console-image" -> "@osl/redhat-env" [ style = "dashed", color = "black" ];
  "@osl/osl-operator-bundle-image" -> "@kie-tools/sonataflow-operator" [ style = "solid", color = "black" ];
  "@osl/osl-operator-bundle-image" -> "@osl/osl-data-index-ephemeral-image" [ style = "solid", color = "black" ];
  "@osl/osl-operator-bundle-image" -> "@osl/osl-data-index-postgresql-image" [ style = "solid", color = "black" ];
  "@osl/osl-operator-bundle-image" -> "@osl/osl-db-migrator-tool-image" [ style = "solid", color = "black" ];
  "@osl/osl-operator-bundle-image" -> "@osl/osl-jobs-service-ephemeral-image" [ style = "solid", color = "black" ];
  "@osl/osl-operator-bundle-image" -> "@osl/osl-jobs-service-postgresql-image" [ style = "solid", color = "black" ];
  "@osl/osl-operator-bundle-image" -> "@osl/osl-management-console-image" [ style = "solid", color = "black" ];
  "@osl/osl-operator-bundle-image" -> "@osl/osl-swf-builder-image" [ style = "solid", color = "black" ];
  "@osl/osl-operator-bundle-image" -> "@osl/osl-swf-devmode-image" [ style = "solid", color = "black" ];
  "@osl/osl-swf-builder-image" -> "@kie-tools/sonataflow-builder-image" [ style = "dashed", color = "black" ];
  "@osl/osl-swf-builder-image" -> "@osl/osl-images-modules" [ style = "dashed", color = "black" ];
  "@osl/osl-swf-builder-image" -> "@osl/redhat-env" [ style = "dashed", color = "black" ];
  "@osl/osl-swf-devmode-image" -> "@kie-tools/sonataflow-devmode-image" [ style = "dashed", color = "black" ];
  "@osl/osl-swf-devmode-image" -> "@osl/osl-images-modules" [ style = "dashed", color = "black" ];
  "@osl/osl-swf-devmode-image" -> "@osl/redhat-env" [ style = "dashed", color = "black" ];
  "@kie-tools-core/patternfly-base" -> "@kie-tools/root-env" [ style = "dashed", color = "purple" ];
  "@kie-tools/playwright-base" -> "@kie-tools-scripts/run-script-if" [ style = "dashed", color = "blue" ];
  "@kie-tools/playwright-base" -> "@kie-tools/root-env" [ style = "dashed", color = "blue" ];
  "@kie-tools-core/react-hooks" -> "@kie-tools/eslint" [ style = "dashed", color = "purple" ];
  "@kie-tools-core/react-hooks" -> "@kie-tools/root-env" [ style = "dashed", color = "purple" ];
  "@kie-tools-core/react-hooks" -> "@kie-tools/tsconfig" [ style = "dashed", color = "purple" ];
  "@osl/redhat-env" -> "@kie-tools/root-env" [ style = "dashed", color = "black" ];
  "@osl/redhat-python-venv" -> "@kie-tools/python-venv" [ style = "dashed", color = "black" ];
  "@kie-tools/runtime-tools-components" -> "@kie-tools-core/editor" [ style = "solid", color = "blue" ];
  "@kie-tools/runtime-tools-components" -> "@kie-tools/json-yaml-language-service" [ style = "solid", color = "blue" ];
  "@kie-tools/runtime-tools-components" -> "@kie-tools/runtime-tools-shared-gateway-api" [ style = "solid", color = "blue" ];
  "@kie-tools/runtime-tools-components" -> "@kie-tools/uniforms-patternfly" [ style = "solid", color = "blue" ];
  "@kie-tools/runtime-tools-consoles-helm-chart" -> "@kie-tools/kogito-management-console" [ style = "solid", color = "black" ];
  "@kie-tools/runtime-tools-management-console-webapp" -> "@kie-tools-core/workspaces-git-fs" [ style = "solid", color = "blue" ];
  "@kie-tools/runtime-tools-management-console-webapp" -> "@kie-tools/jbpm-quarkus-devui" [ style = "dashed", color = "blue" ];
  "@kie-tools/runtime-tools-process-dev-ui-webapp" -> "@kie-tools/runtime-tools-process-webapp-components" [ style = "solid", color = "blue" ];
  "@kie-tools/runtime-tools-process-dev-ui-webapp" -> "@kie-tools/runtime-tools-shared-webapp-components" [ style = "solid", color = "blue" ];
  "@kie-tools/runtime-tools-process-enveloped-components" -> "@kie-tools-core/monaco-editor" [ style = "solid", color = "blue" ];
  "@kie-tools/runtime-tools-process-enveloped-components" -> "@kie-tools-core/react-hooks" [ style = "solid", color = "blue" ];
  "@kie-tools/runtime-tools-process-enveloped-components" -> "@kie-tools/i18n-common-dictionary" [ style = "solid", color = "blue" ];
  "@kie-tools/runtime-tools-process-enveloped-components" -> "@kie-tools/runtime-tools-components" [ style = "solid", color = "blue" ];
  "@kie-tools/runtime-tools-process-enveloped-components" -> "@kie-tools/runtime-tools-process-gateway-api" [ style = "solid", color = "blue" ];
  "@kie-tools/runtime-tools-process-enveloped-components" -> "@kie-tools-core/webpack-base" [ style = "dashed", color = "blue" ];
  "@kie-tools/runtime-tools-process-gateway-api" -> "@kie-tools/runtime-tools-shared-gateway-api" [ style = "solid", color = "blue" ];
  "@kie-tools/runtime-tools-process-webapp-components" -> "@kie-tools/runtime-tools-process-enveloped-components" [ style = "solid", color = "blue" ];
  "@kie-tools/runtime-tools-shared-enveloped-components" -> "@kie-tools-core/monaco-editor" [ style = "solid", color = "blue" ];
  "@kie-tools/runtime-tools-shared-enveloped-components" -> "@kie-tools/i18n-common-dictionary" [ style = "solid", color = "blue" ];
  "@kie-tools/runtime-tools-shared-enveloped-components" -> "@kie-tools/runtime-tools-components" [ style = "solid", color = "blue" ];
  "@kie-tools/runtime-tools-shared-enveloped-components" -> "@kie-tools-core/webpack-base" [ style = "dashed", color = "blue" ];
  "@kie-tools/runtime-tools-shared-gateway-api" -> "@kie-tools/eslint" [ style = "dashed", color = "blue" ];
  "@kie-tools/runtime-tools-shared-gateway-api" -> "@kie-tools/root-env" [ style = "dashed", color = "blue" ];
  "@kie-tools/runtime-tools-shared-gateway-api" -> "@kie-tools/tsconfig" [ style = "dashed", color = "blue" ];
  "@kie-tools/runtime-tools-shared-webapp-components" -> "@kie-tools/runtime-tools-components" [ style = "solid", color = "blue" ];
  "@kie-tools/runtime-tools-swf-enveloped-components" -> "@kie-tools-core/monaco-editor" [ style = "solid", color = "blue" ];
  "@kie-tools/runtime-tools-swf-enveloped-components" -> "@kie-tools/i18n-common-dictionary" [ style = "solid", color = "blue" ];
  "@kie-tools/runtime-tools-swf-enveloped-components" -> "@kie-tools/runtime-tools-components" [ style = "solid", color = "blue" ];
  "@kie-tools/runtime-tools-swf-enveloped-components" -> "@kie-tools/runtime-tools-swf-gateway-api" [ style = "solid", color = "blue" ];
  "@kie-tools/runtime-tools-swf-enveloped-components" -> "@kie-tools/serverless-workflow-combined-editor" [ style = "solid", color = "blue" ];
  "@kie-tools/runtime-tools-swf-enveloped-components" -> "@kie-tools/sonataflow-uniforms" [ style = "solid", color = "blue" ];
  "@kie-tools/runtime-tools-swf-gateway-api" -> "@kie-tools/runtime-tools-shared-gateway-api" [ style = "solid", color = "blue" ];
  "@kie-tools/runtime-tools-swf-gateway-api" -> "@kie-tools/jest-base" [ style = "dashed", color = "blue" ];
  "@kie-tools/runtime-tools-swf-webapp-components" -> "@kie-tools/runtime-tools-swf-enveloped-components" [ style = "solid", color = "blue" ];
  "@kie-tools/serverless-logic-web-tools" -> "@kie-tools-core/kubernetes-bridge" [ style = "solid", color = "black" ];
  "@kie-tools/serverless-logic-web-tools" -> "@kie-tools-core/workspaces-git-fs" [ style = "solid", color = "black" ];
  "@kie-tools/serverless-logic-web-tools" -> "@kie-tools/cors-proxy" [ style = "solid", color = "black" ];
  "@kie-tools/serverless-logic-web-tools" -> "@kie-tools/runtime-tools-shared-enveloped-components" [ style = "solid", color = "black" ];
  "@kie-tools/serverless-logic-web-tools" -> "@kie-tools/runtime-tools-shared-webapp-components" [ style = "solid", color = "black" ];
  "@kie-tools/serverless-logic-web-tools" -> "@kie-tools/runtime-tools-swf-webapp-components" [ style = "solid", color = "black" ];
  "@kie-tools/serverless-logic-web-tools" -> "@kie-tools/text-editor" [ style = "solid", color = "black" ];
  "@kie-tools/serverless-logic-web-tools" -> "@kie-tools/yard-editor" [ style = "solid", color = "black" ];
  "@kie-tools/serverless-logic-web-tools" -> "@kie-tools/serverless-logic-web-tools-base-builder-image-env" [ style = "dashed", color = "black" ];
  "@kie-tools/serverless-logic-web-tools" -> "@kie-tools/serverless-logic-web-tools-swf-builder-image-env" [ style = "dashed", color = "black" ];
  "@kie-tools/serverless-logic-web-tools" -> "@kie-tools/serverless-logic-web-tools-swf-dev-mode-image-env" [ style = "dashed", color = "black" ];
  "@kie-tools/serverless-logic-web-tools" -> "@kie-tools/sonataflow-dev-app" [ style = "dashed", color = "black" ];
  "@kie-tools/serverless-logic-web-tools-base-builder-image" -> "@kie-tools/serverless-logic-web-tools-base-builder-image-env" [ style = "dashed", color = "black" ];
  "@kie-tools/serverless-logic-web-tools-base-builder-image" -> "@kie/kogito-base-builder-image" [ style = "dashed", color = "black" ];
  "@kie-tools/serverless-logic-web-tools-base-builder-image-env" -> "@kie-tools/root-env" [ style = "dashed", color = "black" ];
  "@kie-tools/serverless-logic-web-tools-swf-builder-image" -> "@kie-tools/serverless-logic-web-tools-swf-builder-image-env" [ style = "dashed", color = "black" ];
  "@kie-tools/serverless-logic-web-tools-swf-builder-image" -> "@kie-tools/serverless-logic-web-tools-swf-deployment-quarkus-app" [ style = "dashed", color = "black" ];
  "@kie-tools/serverless-logic-web-tools-swf-builder-image" -> "@kie-tools/sonataflow-builder-image" [ style = "dashed", color = "black" ];
  "@kie-tools/serverless-logic-web-tools-swf-builder-image" -> "sonataflow-deployment-webapp" [ style = "dashed", color = "black" ];
  "@kie-tools/serverless-logic-web-tools-swf-builder-image-env" -> "@kie-tools/root-env" [ style = "dashed", color = "black" ];
  "@kie-tools/serverless-logic-web-tools-swf-deployment-quarkus-app" -> "@kie-tools/sonataflow-quarkus-devui" [ style = "solid", color = "black" ];
  "@kie-tools/serverless-logic-web-tools-swf-dev-mode-image" -> "@kie-tools/maven-m2-repo-via-http-image" [ style = "dashed", color = "black" ];
  "@kie-tools/serverless-logic-web-tools-swf-dev-mode-image" -> "@kie-tools/serverless-logic-web-tools-swf-deployment-quarkus-app" [ style = "dashed", color = "black" ];
  "@kie-tools/serverless-logic-web-tools-swf-dev-mode-image" -> "@kie-tools/serverless-logic-web-tools-swf-dev-mode-image-env" [ style = "dashed", color = "black" ];
  "@kie-tools/serverless-logic-web-tools-swf-dev-mode-image" -> "@kie/kogito-base-builder-image" [ style = "dashed", color = "black" ];
  "@kie-tools/serverless-logic-web-tools-swf-dev-mode-image" -> "sonataflow-deployment-webapp" [ style = "dashed", color = "black" ];
  "@kie-tools/serverless-logic-web-tools-swf-dev-mode-image-env" -> "@kie-tools/root-env" [ style = "dashed", color = "black" ];
  "@kie-tools/serverless-workflow-combined-editor" -> "@kie-tools/serverless-workflow-diagram-editor-assets" [ style = "solid", color = "blue" ];
  "@kie-tools/serverless-workflow-combined-editor" -> "@kie-tools/serverless-workflow-text-editor" [ style = "solid", color = "blue" ];
  "@kie-tools/serverless-workflow-dev-ui-webapp" -> "@kie-tools/runtime-tools-shared-enveloped-components" [ style = "solid", color = "black" ];
  "@kie-tools/serverless-workflow-dev-ui-webapp" -> "@kie-tools/runtime-tools-shared-webapp-components" [ style = "solid", color = "black" ];
  "@kie-tools/serverless-workflow-dev-ui-webapp" -> "@kie-tools/runtime-tools-swf-webapp-components" [ style = "solid", color = "black" ];
  "@kie-tools/serverless-workflow-dev-ui-webapp" -> "@kie-tools/sonataflow-dev-app" [ style = "dashed", color = "black" ];
  "@kie-tools/serverless-workflow-diagram-editor" -> "@kie-tools/maven-base" [ style = "solid", color = "black" ];
  "@kie-tools/serverless-workflow-diagram-editor-assets" -> "@kie-tools/serverless-workflow-diagram-editor" [ style = "dashed", color = "blue" ];
  "@kie-tools/serverless-workflow-diagram-editor-assets" -> "@kie-tools/serverless-workflow-diagram-editor-envelope" [ style = "dashed", color = "blue" ];
  "@kie-tools/serverless-workflow-diagram-editor-envelope" -> "@kie-tools/kie-bc-editors-common" [ style = "solid", color = "blue" ];
  "@kie-tools/serverless-workflow-editor" -> "@kie-tools-core/operating-system" [ style = "solid", color = "blue" ];
  "@kie-tools/serverless-workflow-editor" -> "@kie-tools-core/patternfly-base" [ style = "solid", color = "blue" ];
  "@kie-tools/serverless-workflow-editor" -> "@kie-tools-core/react-hooks" [ style = "solid", color = "blue" ];
  "@kie-tools/serverless-workflow-editor" -> "@kie-tools-core/switch-expression-ts" [ style = "solid", color = "blue" ];
  "@kie-tools/serverless-workflow-editor" -> "@kie-tools/i18n-common-dictionary" [ style = "solid", color = "blue" ];
  "@kie-tools/serverless-workflow-editor" -> "@kie-tools/xml-parser-ts" [ style = "solid", color = "blue" ];
  "@kie-tools/serverless-workflow-editor" -> "@kie-tools/playwright-base" [ style = "dashed", color = "blue" ];
  "@kie-tools/serverless-workflow-editor" -> "@kie-tools/storybook-base" [ style = "dashed", color = "blue" ];
  "@kie-tools/serverless-workflow-jq-expressions" -> "@kie-tools/serverless-workflow-service-catalog" [ style = "solid", color = "blue" ];
  "@kie-tools/serverless-workflow-language-service" -> "@kie-tools/json-yaml-language-service" [ style = "solid", color = "blue" ];
  "@kie-tools/serverless-workflow-language-service" -> "@kie-tools/serverless-workflow-jq-expressions" [ style = "solid", color = "blue" ];
  "@kie-tools/serverless-workflow-service-catalog" -> "@kie-tools-core/envelope-bus" [ style = "solid", color = "blue" ];
  "@kie-tools/serverless-workflow-standalone-editor" -> "@kie-tools/serverless-workflow-combined-editor" [ style = "dashed", color = "blue" ];
  "@kie-tools/serverless-workflow-text-editor" -> "@kie-tools-core/editor" [ style = "solid", color = "blue" ];
  "@kie-tools/serverless-workflow-text-editor" -> "@kie-tools/serverless-workflow-language-service" [ style = "solid", color = "blue" ];
  "@kie-tools/serverless-workflow-text-editor" -> "@kie-tools-core/webpack-base" [ style = "dashed", color = "blue" ];
  "swf-vscode-extension" -> "@kie-tools-core/vscode-extension" [ style = "solid", color = "blue" ];
  "swf-vscode-extension" -> "@kie-tools/serverless-workflow-language-service" [ style = "solid", color = "blue" ];
  "swf-vscode-extension" -> "@kie-tools-core/webpack-base" [ style = "dashed", color = "blue" ];
  "swf-vscode-extension" -> "@kie-tools/serverless-workflow-diagram-editor-assets" [ style = "dashed", color = "blue" ];
  "swf-vscode-extension" -> "@kie-tools/vscode-extension-common-test-helpers" [ style = "dashed", color = "blue" ];
  "@kie-tools/sonataflow-builder-image" -> "@kie-tools/maven-m2-repo-via-http-image" [ style = "dashed", color = "black" ];
  "@kie-tools/sonataflow-builder-image" -> "@kie/kogito-images-install-helper" [ style = "dashed", color = "black" ];
  "sonataflow-deployment-webapp" -> "@kie-tools-core/react-hooks" [ style = "solid", color = "blue" ];
  "sonataflow-deployment-webapp" -> "@kie-tools/runtime-tools-shared-webapp-components" [ style = "solid", color = "blue" ];
  "sonataflow-deployment-webapp" -> "@kie-tools/runtime-tools-swf-webapp-components" [ style = "solid", color = "blue" ];
  "sonataflow-deployment-webapp" -> "@kie-tools/sonataflow-dev-app" [ style = "dashed", color = "blue" ];
  "@kie-tools/sonataflow-dev-app" -> "@kie-tools/eslint" [ style = "dashed", color = "black" ];
  "@kie-tools/sonataflow-dev-app" -> "@kie-tools/root-env" [ style = "dashed", color = "black" ];
  "@kie-tools/sonataflow-devmode-image" -> "@kie-tools/maven-m2-repo-via-http-image" [ style = "dashed", color = "black" ];
  "@kie-tools/sonataflow-devmode-image" -> "@kie-tools/sonataflow-quarkus-devui" [ style = "dashed", color = "black" ];
  "@kie-tools/sonataflow-devmode-image" -> "@kie/kogito-images-install-helper" [ style = "dashed", color = "black" ];
  "@kie-tools/sonataflow-image-common" -> "@kie-tools/kogito-data-index-webapp" [ style = "solid", color = "black" ];
  "@kie-tools/sonataflow-image-common" -> "@kie-tools/kogito-jobs-service-webapp" [ style = "solid", color = "black" ];
  "@kie-tools/sonataflow-image-common" -> "@kie-tools/python-venv" [ style = "dashed", color = "black" ];
  "@kie-tools/sonataflow-management-console-image" -> "@kie-tools/image-env-to-json" [ style = "dashed", color = "black" ];
  "@kie-tools/sonataflow-management-console-image" -> "@kie-tools/sonataflow-image-common" [ style = "dashed", color = "black" ];
  "@kie-tools/sonataflow-management-console-image" -> "@kie-tools/sonataflow-management-console-image-env" [ style = "dashed", color = "black" ];
  "@kie-tools/sonataflow-management-console-image" -> "@kie-tools/sonataflow-management-console-webapp" [ style = "dashed", color = "black" ];
  "@kie-tools/sonataflow-management-console-image-env" -> "@kie-tools/root-env" [ style = "dashed", color = "black" ];
  "@kie-tools/sonataflow-management-console-webapp" -> "@kie-tools/runtime-tools-process-webapp-components" [ style = "solid", color = "blue" ];
  "@kie-tools/sonataflow-management-console-webapp" -> "@kie-tools/runtime-tools-shared-enveloped-components" [ style = "solid", color = "blue" ];
  "@kie-tools/sonataflow-management-console-webapp" -> "@kie-tools/runtime-tools-shared-webapp-components" [ style = "solid", color = "blue" ];
  "@kie-tools/sonataflow-management-console-webapp" -> "@kie-tools/runtime-tools-swf-webapp-components" [ style = "solid", color = "blue" ];
  "@kie-tools/sonataflow-management-console-webapp" -> "@kie-tools/sonataflow-dev-app" [ style = "dashed", color = "blue" ];
  "@kie-tools/sonataflow-operator" -> "@kie-tools/kogito-db-migrator-tool-image" [ style = "dashed", color = "black" ];
  "@kie-tools/sonataflow-operator" -> "@kie-tools/sonataflow-builder-image" [ style = "dashed", color = "black" ];
  "@kie-tools/sonataflow-operator" -> "@kie-tools/sonataflow-devmode-image" [ style = "dashed", color = "black" ];
  "@kie-tools/sonataflow-operator" -> "@kie/kogito-data-index-ephemeral-image" [ style = "dashed", color = "black" ];
  "@kie-tools/sonataflow-operator" -> "@kie/kogito-data-index-postgresql-image" [ style = "dashed", color = "black" ];
  "@kie-tools/sonataflow-operator" -> "@kie/kogito-jobs-service-ephemeral-image" [ style = "dashed", color = "black" ];
  "@kie-tools/sonataflow-operator" -> "@kie/kogito-jobs-service-postgresql-image" [ style = "dashed", color = "black" ];
  "@kie-tools/sonataflow-quarkus-devui" -> "@kie-tools/serverless-workflow-dev-ui-webapp" [ style = "dashed", color = "black" ];
  "@kie-tools/sonataflow-uniforms" -> "@kie-tools/uniforms-patternfly" [ style = "solid", color = "blue" ];
  "@kie-tools/storybook-base" -> "@kie-tools-core/webpack-base" [ style = "dashed", color = "blue" ];
  "@kie-tools/storybook-base" -> "@kie-tools/eslint" [ style = "dashed", color = "blue" ];
  "@kie-tools/storybook-base" -> "@kie-tools/tsconfig" [ style = "dashed", color = "blue" ];
  "@kie-tools-core/switch-expression-ts" -> "@kie-tools/eslint" [ style = "dashed", color = "purple" ];
  "@kie-tools-core/switch-expression-ts" -> "@kie-tools/jest-base" [ style = "dashed", color = "purple" ];
  "@kie-tools-core/switch-expression-ts" -> "@kie-tools/tsconfig" [ style = "dashed", color = "purple" ];
  "@kie-tools/text-editor" -> "@kie-tools-core/editor" [ style = "solid", color = "blue" ];
  "@kie-tools/text-editor" -> "@kie-tools-core/monaco-editor" [ style = "solid", color = "blue" ];
  "@kie-tools/uniforms-patternfly" -> "@kie-tools/eslint" [ style = "dashed", color = "blue" ];
  "@kie-tools/uniforms-patternfly" -> "@kie-tools/jest-base" [ style = "dashed", color = "blue" ];
  "@kie-tools/uniforms-patternfly" -> "@kie-tools/tsconfig" [ style = "dashed", color = "blue" ];
  "@kie-tools-core/vscode-extension" -> "@kie-tools-core/editor" [ style = "solid", color = "purple" ];
  "@kie-tools-core/vscode-extension" -> "@kie-tools-core/vscode-java-code-completion" [ style = "solid", color = "purple" ];
  "@kie-tools/vscode-extension-common-test-helpers" -> "@kie-tools/tsconfig" [ style = "dashed", color = "blue" ];
  "@kie-tools-core/vscode-java-code-completion" -> "@kie-tools/eslint" [ style = "dashed", color = "purple" ];
  "@kie-tools-core/vscode-java-code-completion" -> "@kie-tools/root-env" [ style = "dashed", color = "purple" ];
  "@kie-tools-core/vscode-java-code-completion" -> "@kie-tools/tsconfig" [ style = "dashed", color = "purple" ];
  "@kie-tools/vscode-java-code-completion-extension-plugin" -> "@kie-tools/maven-base" [ style = "solid", color = "black" ];
  "@kie-tools-core/webpack-base" -> "@kie-tools/root-env" [ style = "dashed", color = "black" ];
  "@kie-tools-core/workspace" -> "@kie-tools-core/operating-system" [ style = "solid", color = "purple" ];
  "@kie-tools-core/workspaces-git-fs" -> "@kie-tools-core/envelope-bus" [ style = "solid", color = "purple" ];
  "@kie-tools-core/workspaces-git-fs" -> "@kie-tools-core/react-hooks" [ style = "solid", color = "purple" ];
  "@kie-tools-core/workspaces-git-fs" -> "@kie-tools-core/workspace" [ style = "solid", color = "purple" ];
  "@kie-tools-core/workspaces-git-fs" -> "@kie-tools/cors-proxy-api" [ style = "solid", color = "purple" ];
  "@kie-tools-core/workspaces-git-fs" -> "@kie-tools/kie-sandbox-fs" [ style = "solid", color = "purple" ];
  "@kie-tools/xml-parser-ts" -> "@kie-tools/eslint" [ style = "dashed", color = "blue" ];
  "@kie-tools/xml-parser-ts" -> "@kie-tools/jest-base" [ style = "dashed", color = "blue" ];
  "@kie-tools/xml-parser-ts" -> "@kie-tools/tsconfig" [ style = "dashed", color = "blue" ];
  "@kie-tools/xml-parser-ts-codegen" -> "@kie-tools/xml-parser-ts" [ style = "solid", color = "blue" ];
  "@kie-tools/xyflow-react-kie-diagram" -> "@kie-tools-core/operating-system" [ style = "solid", color = "blue" ];
  "@kie-tools/xyflow-react-kie-diagram" -> "@kie-tools-core/switch-expression-ts" [ style = "solid", color = "blue" ];
  "@kie-tools/xyflow-react-kie-diagram" -> "@kie-tools/i18n-common-dictionary" [ style = "dashed", color = "blue" ];
  "@kie-tools/xyflow-react-kie-diagram" -> "@kie-tools/xml-parser-ts" [ style = "dashed", color = "blue" ];
  "@kie-tools/yaml-language-server" -> "@kie-tools/eslint" [ style = "dashed", color = "blue" ];
  "@kie-tools/yaml-language-server" -> "@kie-tools/jest-base" [ style = "dashed", color = "blue" ];
  "@kie-tools/yaml-language-server" -> "@kie-tools/tsconfig" [ style = "dashed", color = "blue" ];
  "@kie-tools/yard-editor" -> "@kie-tools-core/editor" [ style = "solid", color = "blue" ];
  "@kie-tools/yard-editor" -> "@kie-tools/i18n-common-dictionary" [ style = "solid", color = "blue" ];
  "@kie-tools/yard-editor" -> "@kie-tools/yard-language-service" [ style = "solid", color = "blue" ];
  "@kie-tools/yard-editor" -> "@kie-tools-core/webpack-base" [ style = "dashed", color = "blue" ];
  "@kie-tools/yard-editor" -> "@kie-tools/yard-validator" [ style = "dashed", color = "blue" ];
  "@kie-tools/yard-language-service" -> "@kie-tools/json-yaml-language-service" [ style = "solid", color = "blue" ];
  "@kie-tools/yard-model" -> "@kie-tools/maven-base" [ style = "solid", color = "black" ];
  "@kie-tools/yard-validator" -> "@kie-tools-core/notifications" [ style = "solid", color = "blue" ];
  "@kie-tools/yard-validator" -> "@kie-tools/yard-validator-worker" [ style = "dashed", color = "blue" ];
  "@kie-tools/yard-validator-worker" -> "@kie-tools/yard-model" [ style = "solid", color = "black" ];
  "yard-vscode-extension" -> "@kie-tools-core/vscode-extension" [ style = "solid", color = "blue" ];
  "yard-vscode-extension" -> "@kie-tools/yard-editor" [ style = "solid", color = "blue" ];
  "yard-vscode-extension" -> "@kie-tools/vscode-extension-common-test-helpers" [ style = "dashed", color = "blue" ];
  "@kie-tools-scripts/bootstrap" -> "@kie-tools-scripts/build-env" [ style = "dashed", color = "black" ];
  "@kie-tools-scripts/build-env" -> "@kie-tools/tsconfig" [ style = "dashed", color = "blue" ];
  "@kie-tools-scripts/run-script-if" -> "@kie-tools/tsconfig" [ style = "dashed", color = "blue" ];
}
